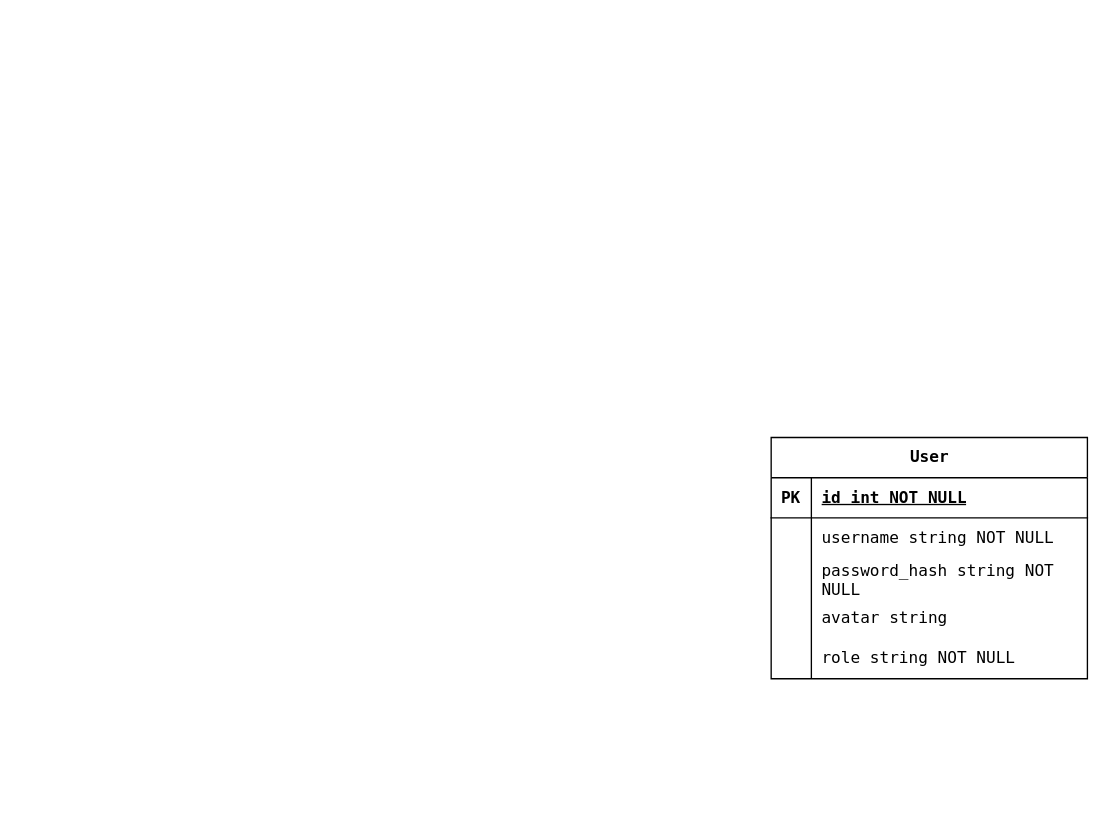
Earlier version of the draw.io diagram erd.drawio (eva01pilot/plant-tissue-diagrams). Source tidied: cells renumbered, new cells numbered last; positions are measured from the earlier drawing's top-left corner, leaving out a move shared by most shapes. Both pictures are drawn from the tidied source at 134%, with x=0, y=0 at pixel (770, 437).
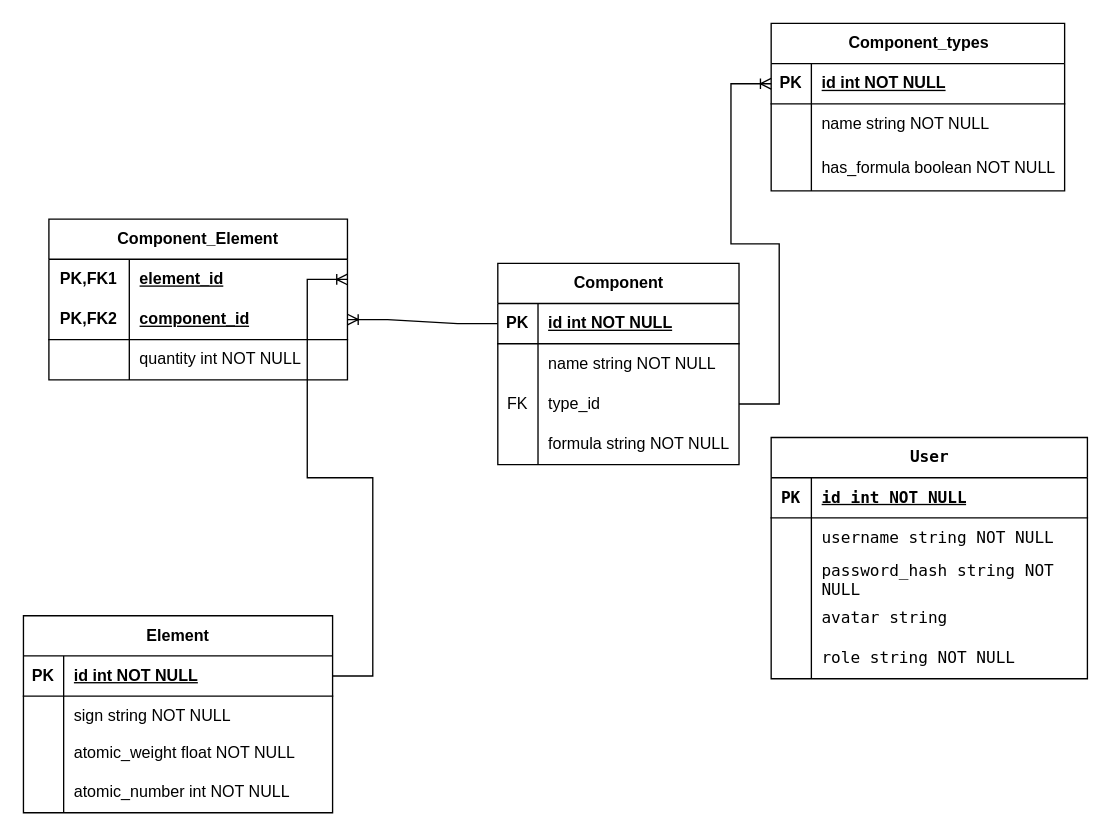
The same diagram, later.

The edit, as a diff of the source:
```diff
@@
+    <mxCell id="18" value="Element" style="shape=table;startSize=30;childLayout=tableLayout;rowLines=0;fontStyle=1;align=center;html=1;" parent="1" vertex="1">
+      <mxGeometry x="-558" y="133" width="230.7" height="147" as="geometry" />
+    </mxCell>
+    <mxCell id="19" style="shape=tableRow;horizontal=0;startSize=0;swimlaneHead=0;swimlaneBody=0;fillColor=none;points=[[0,0.5],[1,0.5]];portConstraint=eastwest;top=0;left=0;right=0;bottom=1;" parent="18" vertex="1">
+      <mxGeometry y="30" width="230.7" height="30" as="geometry" />
+    </mxCell>
+    <mxCell id="20" value="PK" style="shape=partialRectangle;fillColor=none;top=0;left=0;bottom=0;right=0;fontStyle=1;overflow=hidden;whiteSpace=wrap;html=1;" parent="19" vertex="1">
+      <mxGeometry width="30" height="30" as="geometry" />
+    </mxCell>
+    <mxCell id="21" value="id int NOT NULL" style="shape=partialRectangle;fillColor=none;top=0;left=0;bottom=0;right=0;align=left;spacingLeft=6;fontStyle=5;overflow=hidden;whiteSpace=wrap;html=1;" parent="19" vertex="1">
+      <mxGeometry x="30" width="200.7" height="30" as="geometry" />
+    </mxCell>
+    <mxCell id="22" style="shape=tableRow;horizontal=0;startSize=0;swimlaneHead=0;swimlaneBody=0;fillColor=none;top=0;left=0;right=0;bottom=0;" parent="18" vertex="1">
+      <mxGeometry y="60" width="230.7" height="29" as="geometry" />
+    </mxCell>
+    <mxCell id="23" style="shape=partialRectangle;fillColor=none;top=0;left=0;bottom=0;right=0;overflow=hidden;whiteSpace=wrap;html=1;" parent="22" vertex="1">
+      <mxGeometry width="30" height="29" as="geometry" />
+    </mxCell>
+    <mxCell id="24" value="sign string NOT NULL" style="shape=partialRectangle;fillColor=none;top=0;left=0;bottom=0;right=0;align=left;spacingLeft=6;overflow=hidden;whiteSpace=wrap;html=1;" parent="22" vertex="1">
+      <mxGeometry x="30" width="200.7" height="29" as="geometry" />
+    </mxCell>
+    <mxCell id="25" style="shape=tableRow;horizontal=0;startSize=0;swimlaneHead=0;swimlaneBody=0;fillColor=none;top=0;left=0;right=0;bottom=0;" parent="18" vertex="1">
+      <mxGeometry y="89" width="230.7" height="28" as="geometry" />
+    </mxCell>
+    <mxCell id="26" style="shape=partialRectangle;fillColor=none;top=0;left=0;bottom=0;right=0;overflow=hidden;whiteSpace=wrap;html=1;" parent="25" vertex="1">
+      <mxGeometry width="30" height="28" as="geometry" />
+    </mxCell>
+    <mxCell id="27" value="atomic_weight float NOT NULL" style="shape=partialRectangle;fillColor=none;top=0;left=0;bottom=0;right=0;align=left;spacingLeft=6;overflow=hidden;whiteSpace=wrap;html=1;" parent="25" vertex="1">
+      <mxGeometry x="30" width="200.7" height="28" as="geometry" />
+    </mxCell>
+    <mxCell id="28" style="shape=tableRow;horizontal=0;startSize=0;swimlaneHead=0;swimlaneBody=0;fillColor=none;top=0;left=0;right=0;bottom=0;" parent="18" vertex="1">
+      <mxGeometry y="117" width="230.7" height="30" as="geometry" />
+    </mxCell>
+    <mxCell id="29" style="shape=partialRectangle;fillColor=none;top=0;left=0;bottom=0;right=0;overflow=hidden;whiteSpace=wrap;html=1;" parent="28" vertex="1">
+      <mxGeometry width="30" height="30" as="geometry" />
+    </mxCell>
+    <mxCell id="30" value="atomic_number int NOT NULL" style="shape=partialRectangle;fillColor=none;top=0;left=0;bottom=0;right=0;align=left;spacingLeft=6;overflow=hidden;whiteSpace=wrap;html=1;" parent="28" vertex="1">
+      <mxGeometry x="30" width="200.7" height="30" as="geometry" />
+    </mxCell>
+    <mxCell id="31" value="Component" style="shape=table;startSize=30;childLayout=tableLayout;rowLines=0;fontStyle=1;align=center;html=1;" parent="1" vertex="1">
+      <mxGeometry x="-204" y="-130" width="180" height="150.2" as="geometry" />
+    </mxCell>
+    <mxCell id="32" style="shape=tableRow;horizontal=0;startSize=0;swimlaneHead=0;swimlaneBody=0;fillColor=none;points=[[0,0.5],[1,0.5]];portConstraint=eastwest;top=0;left=0;right=0;bottom=1;" parent="31" vertex="1">
+      <mxGeometry y="30" width="180" height="30" as="geometry" />
+    </mxCell>
+    <mxCell id="33" value="PK" style="shape=partialRectangle;fillColor=none;top=0;left=0;bottom=0;right=0;fontStyle=1;overflow=hidden;whiteSpace=wrap;html=1;" parent="32" vertex="1">
+      <mxGeometry width="30" height="30" as="geometry" />
+    </mxCell>
+    <mxCell id="34" value="id int NOT NULL" style="shape=partialRectangle;fillColor=none;top=0;left=0;bottom=0;right=0;align=left;spacingLeft=6;fontStyle=5;overflow=hidden;whiteSpace=wrap;html=1;" parent="32" vertex="1">
+      <mxGeometry x="30" width="150" height="30" as="geometry" />
+    </mxCell>
+    <mxCell id="35" style="shape=tableRow;horizontal=0;startSize=0;swimlaneHead=0;swimlaneBody=0;fillColor=none;top=0;left=0;right=0;bottom=0;" parent="31" vertex="1">
+      <mxGeometry y="60" width="180" height="30" as="geometry" />
+    </mxCell>
+    <mxCell id="36" style="shape=partialRectangle;fillColor=none;top=0;left=0;bottom=0;right=0;overflow=hidden;whiteSpace=wrap;html=1;" parent="35" vertex="1">
+      <mxGeometry width="30" height="30" as="geometry" />
+    </mxCell>
+    <mxCell id="37" value="name string NOT NULL" style="shape=partialRectangle;fillColor=none;top=0;left=0;bottom=0;right=0;align=left;spacingLeft=6;overflow=hidden;whiteSpace=wrap;html=1;" parent="35" vertex="1">
+      <mxGeometry x="30" width="150" height="30" as="geometry" />
+    </mxCell>
+    <mxCell id="38" style="shape=tableRow;horizontal=0;startSize=0;swimlaneHead=0;swimlaneBody=0;fillColor=none;points=[[0,0.5],[1,0.5]];portConstraint=eastwest;top=0;left=0;right=0;bottom=0;" parent="31" vertex="1">
+      <mxGeometry y="90" width="180" height="30" as="geometry" />
+    </mxCell>
+    <mxCell id="39" value="FK" style="shape=partialRectangle;fillColor=none;top=0;left=0;bottom=0;right=0;overflow=hidden;whiteSpace=wrap;html=1;" parent="38" vertex="1">
+      <mxGeometry width="30" height="30" as="geometry" />
+    </mxCell>
+    <mxCell id="40" value="type_id " style="shape=partialRectangle;fillColor=none;top=0;left=0;bottom=0;right=0;align=left;spacingLeft=6;overflow=hidden;whiteSpace=wrap;html=1;" parent="38" vertex="1">
+      <mxGeometry x="30" width="150" height="30" as="geometry" />
+    </mxCell>
+    <mxCell id="41" style="shape=tableRow;horizontal=0;startSize=0;swimlaneHead=0;swimlaneBody=0;fillColor=none;top=0;left=0;right=0;bottom=0;" parent="31" vertex="1">
+      <mxGeometry y="120" width="180" height="30" as="geometry" />
+    </mxCell>
+    <mxCell id="42" style="shape=partialRectangle;fillColor=none;top=0;left=0;bottom=0;right=0;overflow=hidden;whiteSpace=wrap;html=1;" parent="41" vertex="1">
+      <mxGeometry width="30" height="30" as="geometry" />
+    </mxCell>
+    <mxCell id="43" value="formula string NOT NULL" style="shape=partialRectangle;fillColor=none;top=0;left=0;bottom=0;right=0;align=left;spacingLeft=6;overflow=hidden;whiteSpace=wrap;html=1;" parent="41" vertex="1">
+      <mxGeometry x="30" width="150" height="30" as="geometry" />
+    </mxCell>
+    <mxCell id="44" value="Component_types" style="shape=table;startSize=30;childLayout=tableLayout;rowLines=0;fontStyle=1;align=center;html=1;" parent="1" vertex="1">
+      <mxGeometry y="-309" width="219" height="125" as="geometry" />
+    </mxCell>
+    <mxCell id="45" style="shape=tableRow;horizontal=0;startSize=0;swimlaneHead=0;swimlaneBody=0;fillColor=none;points=[[0,0.5],[1,0.5]];portConstraint=eastwest;top=0;left=0;right=0;bottom=1;" parent="44" vertex="1">
+      <mxGeometry y="30" width="219" height="30" as="geometry" />
+    </mxCell>
+    <mxCell id="46" value="PK" style="shape=partialRectangle;fillColor=none;top=0;left=0;bottom=0;right=0;fontStyle=1;overflow=hidden;whiteSpace=wrap;html=1;" parent="45" vertex="1">
+      <mxGeometry width="30" height="30" as="geometry" />
+    </mxCell>
+    <mxCell id="47" value="id int NOT NULL" style="shape=partialRectangle;fillColor=none;top=0;left=0;bottom=0;right=0;align=left;spacingLeft=6;fontStyle=5;overflow=hidden;whiteSpace=wrap;html=1;" parent="45" vertex="1">
+      <mxGeometry x="30" width="189" height="30" as="geometry" />
+    </mxCell>
+    <mxCell id="48" style="shape=tableRow;horizontal=0;startSize=0;swimlaneHead=0;swimlaneBody=0;fillColor=none;top=0;left=0;right=0;bottom=0;" parent="44" vertex="1">
+      <mxGeometry y="60" width="219" height="30" as="geometry" />
+    </mxCell>
+    <mxCell id="49" style="shape=partialRectangle;fillColor=none;top=0;left=0;bottom=0;right=0;overflow=hidden;whiteSpace=wrap;html=1;" parent="48" vertex="1">
+      <mxGeometry width="30" height="30" as="geometry" />
+    </mxCell>
+    <mxCell id="50" value="name string NOT NULL" style="shape=partialRectangle;fillColor=none;top=0;left=0;bottom=0;right=0;align=left;spacingLeft=6;overflow=hidden;whiteSpace=wrap;html=1;" parent="48" vertex="1">
+      <mxGeometry x="30" width="189" height="30" as="geometry" />
+    </mxCell>
+    <mxCell id="51" style="shape=tableRow;horizontal=0;startSize=0;swimlaneHead=0;swimlaneBody=0;fillColor=none;top=0;left=0;right=0;bottom=0;" parent="44" vertex="1">
+      <mxGeometry y="90" width="219" height="35" as="geometry" />
+    </mxCell>
+    <mxCell id="52" style="shape=partialRectangle;fillColor=none;top=0;left=0;bottom=0;right=0;overflow=hidden;whiteSpace=wrap;html=1;" parent="51" vertex="1">
+      <mxGeometry width="30" height="35" as="geometry" />
+    </mxCell>
+    <mxCell id="53" value="has_formula boolean NOT NULL" style="shape=partialRectangle;fillColor=none;top=0;left=0;bottom=0;right=0;align=left;spacingLeft=6;overflow=hidden;whiteSpace=wrap;html=1;" parent="51" vertex="1">
+      <mxGeometry x="30" width="189" height="35" as="geometry" />
+    </mxCell>
+    <mxCell id="54" style="edgeStyle=entityRelationEdgeStyle;fontSize=12;html=1;endArrow=ERoneToMany;rounded=0;exitX=1;exitY=0.5;exitDx=0;exitDy=0;entryX=0;entryY=0.5;entryDx=0;entryDy=0;" parent="1" edge="1" source="38" target="45">
+      <mxGeometry relative="1" as="geometry" />
+    </mxCell>
+    <mxCell id="55" value="Component_Element" style="shape=table;startSize=30;childLayout=tableLayout;rowLines=0;fontStyle=1;align=center;html=1;whiteSpace=wrap;" parent="1" vertex="1">
+      <mxGeometry x="-539" y="-163" width="222.8" height="120" as="geometry" />
+    </mxCell>
+    <mxCell id="56" style="shape=tableRow;horizontal=0;startSize=0;swimlaneHead=0;swimlaneBody=0;fillColor=none;points=[[0,0.5],[1,0.5]];portConstraint=eastwest;top=0;left=0;right=0;bottom=0;html=1;" parent="55" vertex="1">
+      <mxGeometry y="30" width="222.8" height="30" as="geometry" />
+    </mxCell>
+    <mxCell id="57" value="PK,FK1" style="shape=partialRectangle;fillColor=none;top=0;left=0;bottom=0;right=0;fontStyle=1;overflow=hidden;html=1;whiteSpace=wrap;" parent="56" vertex="1">
+      <mxGeometry width="60" height="30" as="geometry" />
+    </mxCell>
+    <mxCell id="58" value="element_id" style="shape=partialRectangle;fillColor=none;top=0;left=0;bottom=0;right=0;align=left;spacingLeft=6;fontStyle=5;overflow=hidden;html=1;whiteSpace=wrap;" parent="56" vertex="1">
+      <mxGeometry x="60" width="162.8" height="30" as="geometry" />
+    </mxCell>
+    <mxCell id="59" style="shape=tableRow;horizontal=0;startSize=0;swimlaneHead=0;swimlaneBody=0;fillColor=none;points=[[0,0.5],[1,0.5]];portConstraint=eastwest;top=0;left=0;right=0;bottom=1;html=1;" parent="55" vertex="1">
+      <mxGeometry y="60" width="222.8" height="30" as="geometry" />
+    </mxCell>
+    <mxCell id="60" value="PK,FK2" style="shape=partialRectangle;fillColor=none;top=0;left=0;bottom=0;right=0;fontStyle=1;overflow=hidden;html=1;whiteSpace=wrap;" parent="59" vertex="1">
+      <mxGeometry width="60" height="30" as="geometry" />
+    </mxCell>
+    <mxCell id="61" value="component_id" style="shape=partialRectangle;fillColor=none;top=0;left=0;bottom=0;right=0;align=left;spacingLeft=6;fontStyle=5;overflow=hidden;html=1;whiteSpace=wrap;" parent="59" vertex="1">
+      <mxGeometry x="60" width="162.8" height="30" as="geometry" />
+    </mxCell>
+    <mxCell id="62" style="shape=tableRow;horizontal=0;startSize=0;swimlaneHead=0;swimlaneBody=0;fillColor=none;top=0;left=0;right=0;bottom=0;html=1;" parent="55" vertex="1">
+      <mxGeometry y="90" width="222.8" height="30" as="geometry" />
+    </mxCell>
+    <mxCell id="63" style="shape=partialRectangle;fillColor=none;top=0;left=0;bottom=0;right=0;overflow=hidden;html=1;whiteSpace=wrap;" parent="62" vertex="1">
+      <mxGeometry width="60" height="30" as="geometry" />
+    </mxCell>
+    <mxCell id="64" value="quantity int NOT NULL" style="shape=partialRectangle;fillColor=none;top=0;left=0;bottom=0;right=0;align=left;spacingLeft=6;overflow=hidden;html=1;whiteSpace=wrap;" parent="62" vertex="1">
+      <mxGeometry x="60" width="162.8" height="30" as="geometry" />
+    </mxCell>
+    <mxCell id="65" style="edgeStyle=entityRelationEdgeStyle;fontSize=12;html=1;endArrow=ERoneToMany;rounded=0;exitX=0;exitY=0.5;exitDx=0;exitDy=0;entryX=1;entryY=0.5;entryDx=0;entryDy=0;" parent="1" edge="1" source="32" target="59">
+      <mxGeometry relative="1" as="geometry" />
+    </mxCell>
+    <mxCell id="66" style="edgeStyle=entityRelationEdgeStyle;fontSize=12;html=1;endArrow=ERoneToMany;rounded=0;exitX=1;exitY=0.5;exitDx=0;exitDy=0;entryX=1;entryY=0.5;entryDx=0;entryDy=0;" parent="1" edge="1" source="19" target="56">
+      <mxGeometry relative="1" as="geometry" />
+    </mxCell>
```
